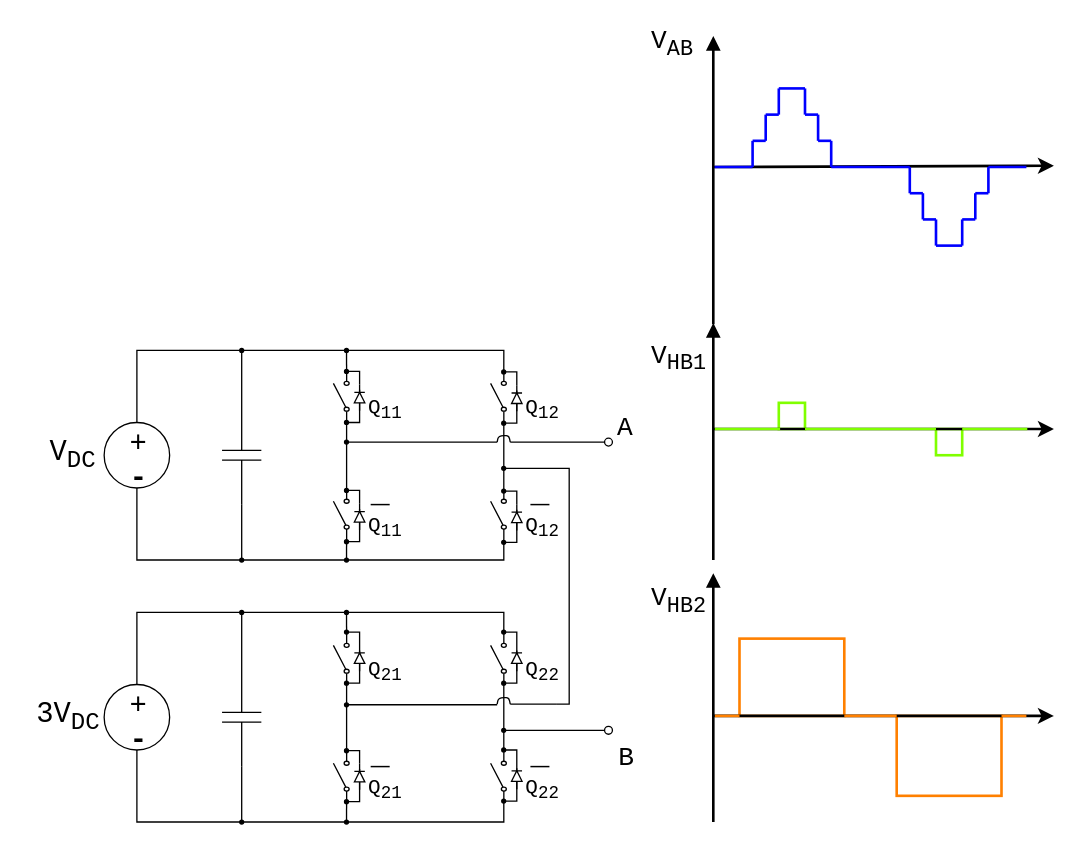
The draw.io diagram CHBMI_waveforms_2.drawio in thece36/drawio, before the edit. Source tidied: cells renumbered, new cells numbered last; positions are measured from the earlier drawing's top-left corner, leaving out a move shared by most shapes. Both pictures are drawn from the tidied source at 131%, with x=0, y=0 at pixel (22, 22).
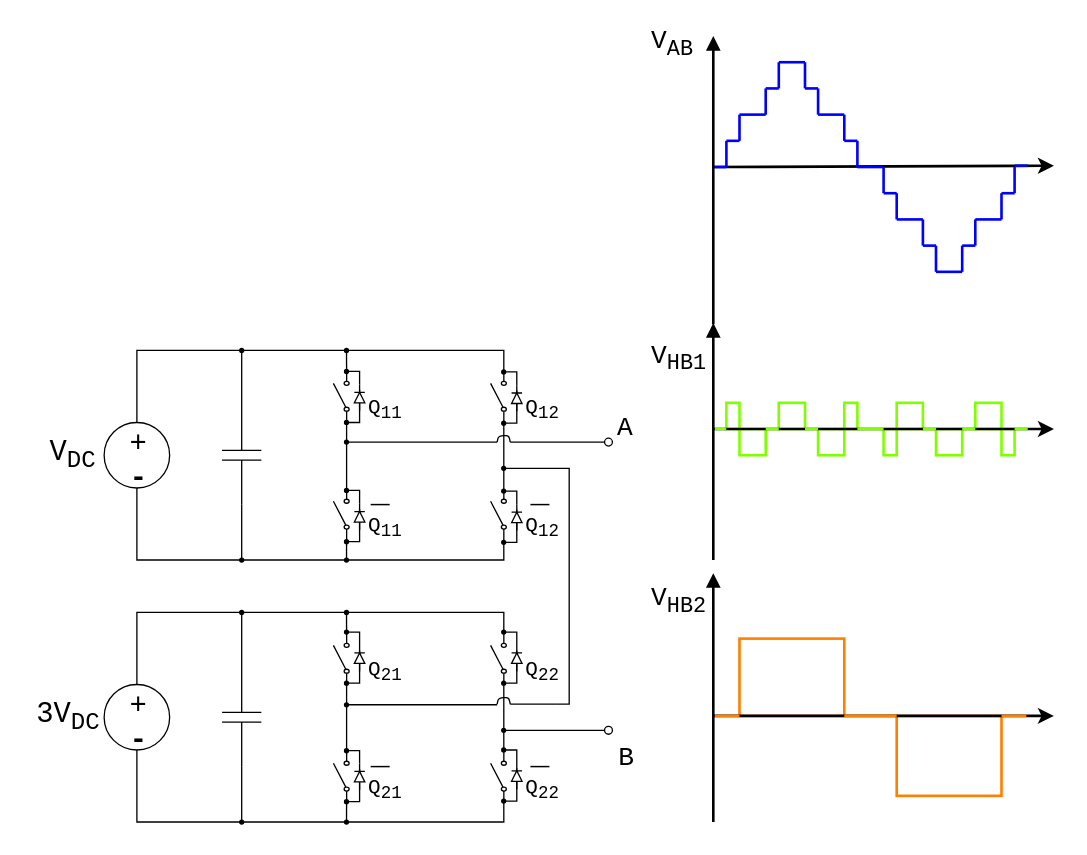
The same diagram, later.

What changed in the source:
```diff
@@
+    <mxCell id="128" style="rounded=0;whiteSpace=wrap;html=1;fillColor=none;fontFamily=Courier New;fontSize=20;strokeColor=#80FF00;strokeWidth=2;" parent="1" vertex="1">
+      <mxGeometry x="747" y="310" width="10" height="20" as="geometry" />
+    </mxCell>
+    <mxCell id="129" style="rounded=0;whiteSpace=wrap;html=1;fillColor=none;fontFamily=Courier New;fontSize=20;strokeColor=#80FF00;strokeWidth=2;" parent="1" vertex="1">
+      <mxGeometry x="727" y="290" width="20" height="20" as="geometry" />
+    </mxCell>
+    <mxCell id="130" style="rounded=0;whiteSpace=wrap;html=1;fillColor=none;fontFamily=Courier New;fontSize=20;strokeColor=#80FF00;strokeWidth=2;" parent="1" vertex="1">
+      <mxGeometry x="667" y="290" width="20" height="20" as="geometry" />
+    </mxCell>
+    <mxCell id="131" style="rounded=0;whiteSpace=wrap;html=1;fillColor=none;fontFamily=Courier New;fontSize=20;strokeColor=#80FF00;strokeWidth=2;" parent="1" vertex="1">
+      <mxGeometry x="657" y="310" width="10" height="20" as="geometry" />
+    </mxCell>
+    <mxCell id="132" style="rounded=0;whiteSpace=wrap;html=1;fillColor=none;fontFamily=Courier New;fontSize=20;strokeColor=#80FF00;strokeWidth=2;" parent="1" vertex="1">
+      <mxGeometry x="627" y="290" width="10" height="20" as="geometry" />
+    </mxCell>
+    <mxCell id="133" style="rounded=0;whiteSpace=wrap;html=1;fillColor=none;fontFamily=Courier New;fontSize=20;strokeColor=#80FF00;strokeWidth=2;" parent="1" vertex="1">
+      <mxGeometry x="607" y="310" width="20" height="20" as="geometry" />
+    </mxCell>
+    <mxCell id="134" style="rounded=0;whiteSpace=wrap;html=1;fillColor=none;fontFamily=Courier New;fontSize=20;strokeColor=#80FF00;strokeWidth=2;" parent="1" vertex="1">
+      <mxGeometry x="547" y="310" width="20" height="20" as="geometry" />
+    </mxCell>
+    <mxCell id="135" style="rounded=0;whiteSpace=wrap;html=1;fillColor=none;fontFamily=Courier New;fontSize=20;strokeColor=#80FF00;strokeWidth=2;" parent="1" vertex="1">
+      <mxGeometry x="537" y="290" width="10" height="20" as="geometry" />
+    </mxCell>
@@
-    <mxCell id="65" style="endArrow=none;html=1;strokeWidth=2;fontFamily=Courier New;fontSize=20;strokeColor=#80FF00;" parent="1" edge="1">
+    <mxCell id="65" style="endArrow=none;html=1;strokeWidth=2;fontFamily=Courier New;fontSize=20;strokeColor=#80FF00;entryX=-0.009;entryY=0.989;entryDx=0;entryDy=0;entryPerimeter=0;" parent="1" edge="1" target="135">
       <mxGeometry relative="1" as="geometry">
         <mxPoint x="528" y="310" as="sourcePoint" />
-        <mxPoint x="578" y="310" as="targetPoint" />
       </mxGeometry>
     </mxCell>
     <mxCell id="66" style="endArrow=none;html=1;strokeWidth=2;fontFamily=Courier New;fontSize=20;strokeColor=#80FF00;" parent="1" edge="1">
       <mxGeometry relative="1" as="geometry">
-        <mxPoint x="597" y="310" as="sourcePoint" />
-        <mxPoint x="697" y="310" as="targetPoint" />
+        <mxPoint x="637" y="310" as="sourcePoint" />
+        <mxPoint x="657" y="310" as="targetPoint" />
       </mxGeometry>
     </mxCell>
-    <mxCell id="67" style="endArrow=none;html=1;strokeWidth=2;fontFamily=Courier New;fontSize=20;strokeColor=#80FF00;entryX=-0.01;entryY=0.97;entryDx=0;entryDy=0;entryPerimeter=0;" parent="1" edge="1">
+    <mxCell id="67" style="endArrow=none;html=1;strokeWidth=2;fontFamily=Courier New;fontSize=20;strokeColor=#80FF00;" parent="1" edge="1">
       <mxGeometry relative="1" as="geometry">
         <mxPoint x="717" y="310" as="sourcePoint" />
-        <mxPoint x="766.7" y="310" as="targetPoint" />
+        <mxPoint x="727" y="310" as="targetPoint" />
       </mxGeometry>
     </mxCell>
@@
     <mxCell id="71" style="endArrow=none;html=1;strokeColor=#0000FF;strokeWidth=2;fontFamily=Courier New;fontSize=20;" parent="1" edge="1">
       <mxGeometry relative="1" as="geometry">
-        <mxPoint x="617" y="110" as="sourcePoint" />
-        <mxPoint x="677" y="110" as="targetPoint" />
+        <mxPoint x="637" y="110" as="sourcePoint" />
+        <mxPoint x="657" y="110" as="targetPoint" />
       </mxGeometry>
     </mxCell>
     <mxCell id="72" style="endArrow=none;html=1;strokeColor=#0000FF;strokeWidth=2;fontFamily=Courier New;fontSize=20;" parent="1" edge="1">
       <mxGeometry relative="1" as="geometry">
         <mxPoint x="528" y="110" as="sourcePoint" />
-        <mxPoint x="557" y="110" as="targetPoint" />
+        <mxPoint x="537" y="110" as="targetPoint" />
       </mxGeometry>
     </mxCell>
     <mxCell id="73" style="endArrow=none;html=1;strokeColor=#0000FF;strokeWidth=2;fontFamily=Courier New;fontSize=20;" parent="1" edge="1">
       <mxGeometry relative="1" as="geometry">
-        <mxPoint x="557" y="90" as="sourcePoint" />
-        <mxPoint x="557" y="110" as="targetPoint" />
+        <mxPoint x="537" y="90" as="sourcePoint" />
+        <mxPoint x="537" y="110" as="targetPoint" />
       </mxGeometry>
     </mxCell>
     <mxCell id="74" style="endArrow=none;html=1;strokeColor=#0000FF;strokeWidth=2;fontFamily=Courier New;fontSize=20;" parent="1" edge="1">
       <mxGeometry relative="1" as="geometry">
-        <mxPoint x="557" y="90" as="sourcePoint" />
-        <mxPoint x="567" y="90" as="targetPoint" />
+        <mxPoint x="537" y="90" as="sourcePoint" />
+        <mxPoint x="547" y="90" as="targetPoint" />
       </mxGeometry>
     </mxCell>
     <mxCell id="75" style="endArrow=none;html=1;strokeColor=#0000FF;strokeWidth=2;fontFamily=Courier New;fontSize=20;" parent="1" edge="1">
       <mxGeometry relative="1" as="geometry">
-        <mxPoint x="567" y="70" as="sourcePoint" />
-        <mxPoint x="567" y="90" as="targetPoint" />
+        <mxPoint x="547" y="70" as="sourcePoint" />
+        <mxPoint x="547" y="90" as="targetPoint" />
       </mxGeometry>
     </mxCell>
     <mxCell id="76" style="endArrow=none;html=1;strokeColor=#0000FF;strokeWidth=2;fontFamily=Courier New;fontSize=20;" parent="1" edge="1">
       <mxGeometry relative="1" as="geometry">
-        <mxPoint x="577" y="50" as="sourcePoint" />
-        <mxPoint x="577" y="70" as="targetPoint" />
+        <mxPoint x="567" y="50" as="sourcePoint" />
+        <mxPoint x="567" y="70" as="targetPoint" />
       </mxGeometry>
     </mxCell>
     <mxCell id="77" style="endArrow=none;html=1;strokeColor=#0000FF;strokeWidth=2;fontFamily=Courier New;fontSize=20;" parent="1" edge="1">
       <mxGeometry relative="1" as="geometry">
-        <mxPoint x="567" y="70" as="sourcePoint" />
-        <mxPoint x="577" y="70" as="targetPoint" />
+        <mxPoint x="547" y="70" as="sourcePoint" />
+        <mxPoint x="567" y="70" as="targetPoint" />
       </mxGeometry>
     </mxCell>
     <mxCell id="78" style="endArrow=none;html=1;strokeColor=#0000FF;strokeWidth=2;fontFamily=Courier New;fontSize=20;" parent="1" edge="1">
       <mxGeometry relative="1" as="geometry">
-        <mxPoint x="577" y="50" as="sourcePoint" />
-        <mxPoint x="597" y="50" as="targetPoint" />
+        <mxPoint x="567" y="50" as="sourcePoint" />
+        <mxPoint x="577" y="50" as="targetPoint" />
       </mxGeometry>
     </mxCell>
     <mxCell id="79" style="endArrow=none;html=1;strokeColor=#0000FF;strokeWidth=2;fontFamily=Courier New;fontSize=20;" parent="1" edge="1">
       <mxGeometry relative="1" as="geometry">
-        <mxPoint x="597" y="50" as="sourcePoint" />
-        <mxPoint x="597" y="70" as="targetPoint" />
+        <mxPoint x="607" y="50" as="sourcePoint" />
+        <mxPoint x="607" y="70" as="targetPoint" />
       </mxGeometry>
     </mxCell>
     <mxCell id="80" style="endArrow=none;html=1;strokeColor=#0000FF;strokeWidth=2;fontFamily=Courier New;fontSize=20;" parent="1" edge="1">
       <mxGeometry relative="1" as="geometry">
-        <mxPoint x="597" y="70" as="sourcePoint" />
-        <mxPoint x="607" y="70" as="targetPoint" />
+        <mxPoint x="607" y="70" as="sourcePoint" />
+        <mxPoint x="627" y="70" as="targetPoint" />
       </mxGeometry>
     </mxCell>
     <mxCell id="81" style="endArrow=none;html=1;strokeColor=#0000FF;strokeWidth=2;fontFamily=Courier New;fontSize=20;" parent="1" edge="1">
       <mxGeometry relative="1" as="geometry">
-        <mxPoint x="607" y="70" as="sourcePoint" />
-        <mxPoint x="607" y="90" as="targetPoint" />
+        <mxPoint x="627" y="70" as="sourcePoint" />
+        <mxPoint x="627" y="90" as="targetPoint" />
       </mxGeometry>
     </mxCell>
     <mxCell id="82" style="endArrow=none;html=1;strokeColor=#0000FF;strokeWidth=2;fontFamily=Courier New;fontSize=20;" parent="1" edge="1">
       <mxGeometry relative="1" as="geometry">
-        <mxPoint x="617" y="90" as="sourcePoint" />
-        <mxPoint x="617" y="110" as="targetPoint" />
+        <mxPoint x="637" y="90" as="sourcePoint" />
+        <mxPoint x="637" y="110" as="targetPoint" />
       </mxGeometry>
     </mxCell>
-    <mxCell id="83" style="endArrow=none;html=1;strokeColor=#0000FF;strokeWidth=2;fontFamily=Courier New;fontSize=20;" parent="1" edge="1">
-      <mxGeometry relative="1" as="geometry">
-        <mxPoint x="677" y="110" as="sourcePoint" />
-        <mxPoint x="677" y="130" as="targetPoint" />
-      </mxGeometry>
-    </mxCell>
-    <mxCell id="84" style="endArrow=none;html=1;strokeColor=#0000FF;strokeWidth=2;fontFamily=Courier New;fontSize=20;" parent="1" edge="1">
-      <mxGeometry relative="1" as="geometry">
-        <mxPoint x="687" y="130" as="sourcePoint" />
-        <mxPoint x="687" y="150" as="targetPoint" />
-      </mxGeometry>
-    </mxCell>
-    <mxCell id="85" style="endArrow=none;html=1;strokeColor=#0000FF;strokeWidth=2;fontFamily=Courier New;fontSize=20;" parent="1" edge="1">
-      <mxGeometry relative="1" as="geometry">
-        <mxPoint x="697" y="150" as="sourcePoint" />
-        <mxPoint x="697" y="170" as="targetPoint" />
-      </mxGeometry>
-    </mxCell>
-    <mxCell id="86" style="endArrow=none;html=1;strokeColor=#0000FF;strokeWidth=2;fontFamily=Courier New;fontSize=20;" parent="1" edge="1">
-      <mxGeometry relative="1" as="geometry">
-        <mxPoint x="717" y="150" as="sourcePoint" />
-        <mxPoint x="717" y="170" as="targetPoint" />
-      </mxGeometry>
-    </mxCell>
-    <mxCell id="87" style="endArrow=none;html=1;strokeColor=#0000FF;strokeWidth=2;fontFamily=Courier New;fontSize=20;" parent="1" edge="1">
-      <mxGeometry relative="1" as="geometry">
-        <mxPoint x="727" y="130" as="sourcePoint" />
-        <mxPoint x="727" y="150" as="targetPoint" />
-      </mxGeometry>
-    </mxCell>
-    <mxCell id="88" style="endArrow=none;html=1;strokeColor=#0000FF;strokeWidth=2;fontFamily=Courier New;fontSize=20;" parent="1" edge="1">
-      <mxGeometry relative="1" as="geometry">
-        <mxPoint x="737" y="110" as="sourcePoint" />
-        <mxPoint x="737" y="130" as="targetPoint" />
-      </mxGeometry>
-    </mxCell>
     <mxCell id="89" style="endArrow=none;html=1;strokeColor=#0000FF;strokeWidth=2;fontFamily=Courier New;fontSize=20;" parent="1" edge="1">
       <mxGeometry relative="1" as="geometry">
-        <mxPoint x="607" y="90" as="sourcePoint" />
-        <mxPoint x="617" y="90" as="targetPoint" />
+        <mxPoint x="627" y="90" as="sourcePoint" />
+        <mxPoint x="637" y="90" as="targetPoint" />
       </mxGeometry>
     </mxCell>
-    <mxCell id="90" style="endArrow=none;html=1;strokeColor=#0000FF;strokeWidth=2;fontFamily=Courier New;fontSize=20;" parent="1" edge="1">
-      <mxGeometry relative="1" as="geometry">
-        <mxPoint x="677" y="130" as="sourcePoint" />
-        <mxPoint x="687" y="130" as="targetPoint" />
-      </mxGeometry>
-    </mxCell>
-    <mxCell id="91" style="endArrow=none;html=1;strokeColor=#0000FF;strokeWidth=2;fontFamily=Courier New;fontSize=20;" parent="1" edge="1">
-      <mxGeometry relative="1" as="geometry">
-        <mxPoint x="687" y="150" as="sourcePoint" />
-        <mxPoint x="697" y="150" as="targetPoint" />
-      </mxGeometry>
-    </mxCell>
-    <mxCell id="92" style="endArrow=none;html=1;strokeColor=#0000FF;strokeWidth=2;fontFamily=Courier New;fontSize=20;" parent="1" edge="1">
-      <mxGeometry relative="1" as="geometry">
-        <mxPoint x="717" y="150" as="sourcePoint" />
-        <mxPoint x="727" y="150" as="targetPoint" />
-      </mxGeometry>
-    </mxCell>
-    <mxCell id="93" style="endArrow=none;html=1;strokeColor=#0000FF;strokeWidth=2;fontFamily=Courier New;fontSize=20;" parent="1" edge="1">
-      <mxGeometry relative="1" as="geometry">
-        <mxPoint x="727" y="130" as="sourcePoint" />
-        <mxPoint x="737" y="130" as="targetPoint" />
-      </mxGeometry>
-    </mxCell>
-    <mxCell id="94" style="endArrow=none;html=1;strokeColor=#0000FF;strokeWidth=2;fontFamily=Courier New;fontSize=20;" parent="1" edge="1">
-      <mxGeometry relative="1" as="geometry">
-        <mxPoint x="737" y="110" as="sourcePoint" />
-        <mxPoint x="766" y="110" as="targetPoint" />
-      </mxGeometry>
-    </mxCell>
-    <mxCell id="95" style="endArrow=none;html=1;strokeColor=#0000FF;strokeWidth=2;fontFamily=Courier New;fontSize=20;" parent="1" edge="1">
-      <mxGeometry relative="1" as="geometry">
-        <mxPoint x="697" y="170" as="sourcePoint" />
-        <mxPoint x="717" y="170" as="targetPoint" />
-      </mxGeometry>
-    </mxCell>
@@
+    <mxCell id="136" style="endArrow=none;html=1;strokeColor=#0000FF;strokeWidth=2;fontFamily=Courier New;fontSize=20;" parent="1" edge="1">
+      <mxGeometry relative="1" as="geometry">
+        <mxPoint x="577" y="30" as="sourcePoint" />
+        <mxPoint x="577" y="50" as="targetPoint" />
+      </mxGeometry>
+    </mxCell>
+    <mxCell id="137" style="endArrow=none;html=1;strokeColor=#0000FF;strokeWidth=2;fontFamily=Courier New;fontSize=20;" parent="1" edge="1">
+      <mxGeometry relative="1" as="geometry">
+        <mxPoint x="577" y="30" as="sourcePoint" />
+        <mxPoint x="597" y="30" as="targetPoint" />
+      </mxGeometry>
+    </mxCell>
+    <mxCell id="138" style="endArrow=none;html=1;strokeColor=#0000FF;strokeWidth=2;fontFamily=Courier New;fontSize=20;" parent="1" edge="1">
+      <mxGeometry relative="1" as="geometry">
+        <mxPoint x="597" y="30" as="sourcePoint" />
+        <mxPoint x="597" y="50" as="targetPoint" />
+      </mxGeometry>
+    </mxCell>
+    <mxCell id="139" style="endArrow=none;html=1;strokeColor=#0000FF;strokeWidth=2;fontFamily=Courier New;fontSize=20;" parent="1" edge="1">
+      <mxGeometry relative="1" as="geometry">
+        <mxPoint x="597" y="50" as="sourcePoint" />
+        <mxPoint x="607" y="50" as="targetPoint" />
+      </mxGeometry>
+    </mxCell>
+    <mxCell id="140" style="endArrow=none;html=1;strokeWidth=2;fontFamily=Courier New;fontSize=20;strokeColor=#80FF00;" parent="1" edge="1">
+      <mxGeometry relative="1" as="geometry">
+        <mxPoint x="567" y="310" as="sourcePoint" />
+        <mxPoint x="577" y="310" as="targetPoint" />
+      </mxGeometry>
+    </mxCell>
+    <mxCell id="141" style="endArrow=none;html=1;strokeWidth=2;fontFamily=Courier New;fontSize=20;strokeColor=#80FF00;" parent="1" edge="1">
+      <mxGeometry relative="1" as="geometry">
+        <mxPoint x="597" y="310" as="sourcePoint" />
+        <mxPoint x="607" y="310" as="targetPoint" />
+      </mxGeometry>
+    </mxCell>
+    <mxCell id="142" style="endArrow=none;html=1;strokeWidth=2;fontFamily=Courier New;fontSize=20;strokeColor=#80FF00;" parent="1" edge="1">
+      <mxGeometry relative="1" as="geometry">
+        <mxPoint x="687" y="310" as="sourcePoint" />
+        <mxPoint x="697" y="310" as="targetPoint" />
+      </mxGeometry>
+    </mxCell>
+    <mxCell id="143" style="endArrow=none;html=1;strokeWidth=2;fontFamily=Courier New;fontSize=20;strokeColor=#80FF00;" parent="1" edge="1">
+      <mxGeometry relative="1" as="geometry">
+        <mxPoint x="757" y="310" as="sourcePoint" />
+        <mxPoint x="767" y="310" as="targetPoint" />
+      </mxGeometry>
+    </mxCell>
+    <mxCell id="144" style="group;flipH=0;flipV=1;rotation=180;" parent="1" vertex="1">
+      <mxGeometry x="657" y="110" width="100" height="80" as="geometry" />
+    </mxCell>
+    <mxCell id="145" style="endArrow=none;html=1;strokeColor=#0000FF;strokeWidth=2;fontFamily=Courier New;fontSize=20;" parent="144" edge="1">
+      <mxGeometry relative="1" as="geometry">
+        <mxPoint x="100" as="sourcePoint" />
+        <mxPoint x="100" y="20" as="targetPoint" />
+      </mxGeometry>
+    </mxCell>
+    <mxCell id="146" style="endArrow=none;html=1;strokeColor=#0000FF;strokeWidth=2;fontFamily=Courier New;fontSize=20;" parent="144" edge="1">
+      <mxGeometry relative="1" as="geometry">
+        <mxPoint x="90" y="20" as="sourcePoint" />
+        <mxPoint x="100" y="20" as="targetPoint" />
+      </mxGeometry>
+    </mxCell>
+    <mxCell id="147" style="endArrow=none;html=1;strokeColor=#0000FF;strokeWidth=2;fontFamily=Courier New;fontSize=20;" parent="144" edge="1">
+      <mxGeometry relative="1" as="geometry">
+        <mxPoint x="90" y="20" as="sourcePoint" />
+        <mxPoint x="90" y="40" as="targetPoint" />
+      </mxGeometry>
+    </mxCell>
+    <mxCell id="148" style="endArrow=none;html=1;strokeColor=#0000FF;strokeWidth=2;fontFamily=Courier New;fontSize=20;" parent="144" edge="1">
+      <mxGeometry relative="1" as="geometry">
+        <mxPoint x="70" y="40" as="sourcePoint" />
+        <mxPoint x="70" y="60" as="targetPoint" />
+      </mxGeometry>
+    </mxCell>
+    <mxCell id="149" style="endArrow=none;html=1;strokeColor=#0000FF;strokeWidth=2;fontFamily=Courier New;fontSize=20;" parent="144" edge="1">
+      <mxGeometry relative="1" as="geometry">
+        <mxPoint x="70" y="40" as="sourcePoint" />
+        <mxPoint x="90" y="40" as="targetPoint" />
+      </mxGeometry>
+    </mxCell>
+    <mxCell id="150" style="endArrow=none;html=1;strokeColor=#0000FF;strokeWidth=2;fontFamily=Courier New;fontSize=20;" parent="144" edge="1">
+      <mxGeometry relative="1" as="geometry">
+        <mxPoint x="60" y="60" as="sourcePoint" />
+        <mxPoint x="70" y="60" as="targetPoint" />
+      </mxGeometry>
+    </mxCell>
+    <mxCell id="151" style="endArrow=none;html=1;strokeColor=#0000FF;strokeWidth=2;fontFamily=Courier New;fontSize=20;" parent="144" edge="1">
+      <mxGeometry relative="1" as="geometry">
+        <mxPoint x="30" y="40" as="sourcePoint" />
+        <mxPoint x="30" y="60" as="targetPoint" />
+      </mxGeometry>
+    </mxCell>
+    <mxCell id="152" style="endArrow=none;html=1;strokeColor=#0000FF;strokeWidth=2;fontFamily=Courier New;fontSize=20;" parent="144" edge="1">
+      <mxGeometry relative="1" as="geometry">
+        <mxPoint x="10" y="40" as="sourcePoint" />
+        <mxPoint x="30" y="40" as="targetPoint" />
+      </mxGeometry>
+    </mxCell>
+    <mxCell id="153" style="endArrow=none;html=1;strokeColor=#0000FF;strokeWidth=2;fontFamily=Courier New;fontSize=20;" parent="144" edge="1">
+      <mxGeometry relative="1" as="geometry">
+        <mxPoint x="10" y="20" as="sourcePoint" />
+        <mxPoint x="10" y="40" as="targetPoint" />
+      </mxGeometry>
+    </mxCell>
+    <mxCell id="154" style="endArrow=none;html=1;strokeColor=#0000FF;strokeWidth=2;fontFamily=Courier New;fontSize=20;" parent="144" edge="1">
+      <mxGeometry relative="1" as="geometry">
+        <mxPoint as="sourcePoint" />
+        <mxPoint y="20" as="targetPoint" />
+      </mxGeometry>
+    </mxCell>
+    <mxCell id="155" style="endArrow=none;html=1;strokeColor=#0000FF;strokeWidth=2;fontFamily=Courier New;fontSize=20;" parent="144" edge="1">
+      <mxGeometry relative="1" as="geometry">
+        <mxPoint y="20" as="sourcePoint" />
+        <mxPoint x="10" y="20" as="targetPoint" />
+      </mxGeometry>
+    </mxCell>
+    <mxCell id="156" style="endArrow=none;html=1;strokeColor=#0000FF;strokeWidth=2;fontFamily=Courier New;fontSize=20;" parent="144" edge="1">
+      <mxGeometry relative="1" as="geometry">
+        <mxPoint x="60" y="60" as="sourcePoint" />
+        <mxPoint x="60" y="80" as="targetPoint" />
+      </mxGeometry>
+    </mxCell>
+    <mxCell id="157" style="endArrow=none;html=1;strokeColor=#0000FF;strokeWidth=2;fontFamily=Courier New;fontSize=20;" parent="144" edge="1">
+      <mxGeometry relative="1" as="geometry">
+        <mxPoint x="40" y="80" as="sourcePoint" />
+        <mxPoint x="60" y="80" as="targetPoint" />
+      </mxGeometry>
+    </mxCell>
+    <mxCell id="158" style="endArrow=none;html=1;strokeColor=#0000FF;strokeWidth=2;fontFamily=Courier New;fontSize=20;" parent="144" edge="1">
+      <mxGeometry relative="1" as="geometry">
+        <mxPoint x="40" y="60" as="sourcePoint" />
+        <mxPoint x="40" y="80" as="targetPoint" />
+      </mxGeometry>
+    </mxCell>
+    <mxCell id="159" style="endArrow=none;html=1;strokeColor=#0000FF;strokeWidth=2;fontFamily=Courier New;fontSize=20;" parent="144" edge="1">
+      <mxGeometry relative="1" as="geometry">
+        <mxPoint x="30" y="60" as="sourcePoint" />
+        <mxPoint x="40" y="60" as="targetPoint" />
+      </mxGeometry>
+    </mxCell>
+    <mxCell id="160" style="endArrow=none;html=1;strokeColor=#0000FF;strokeWidth=2;fontFamily=Courier New;fontSize=20;" parent="1" edge="1">
+      <mxGeometry relative="1" as="geometry">
+        <mxPoint x="757" y="109" as="sourcePoint" />
+        <mxPoint x="767" y="109" as="targetPoint" />
+      </mxGeometry>
+    </mxCell>
```
